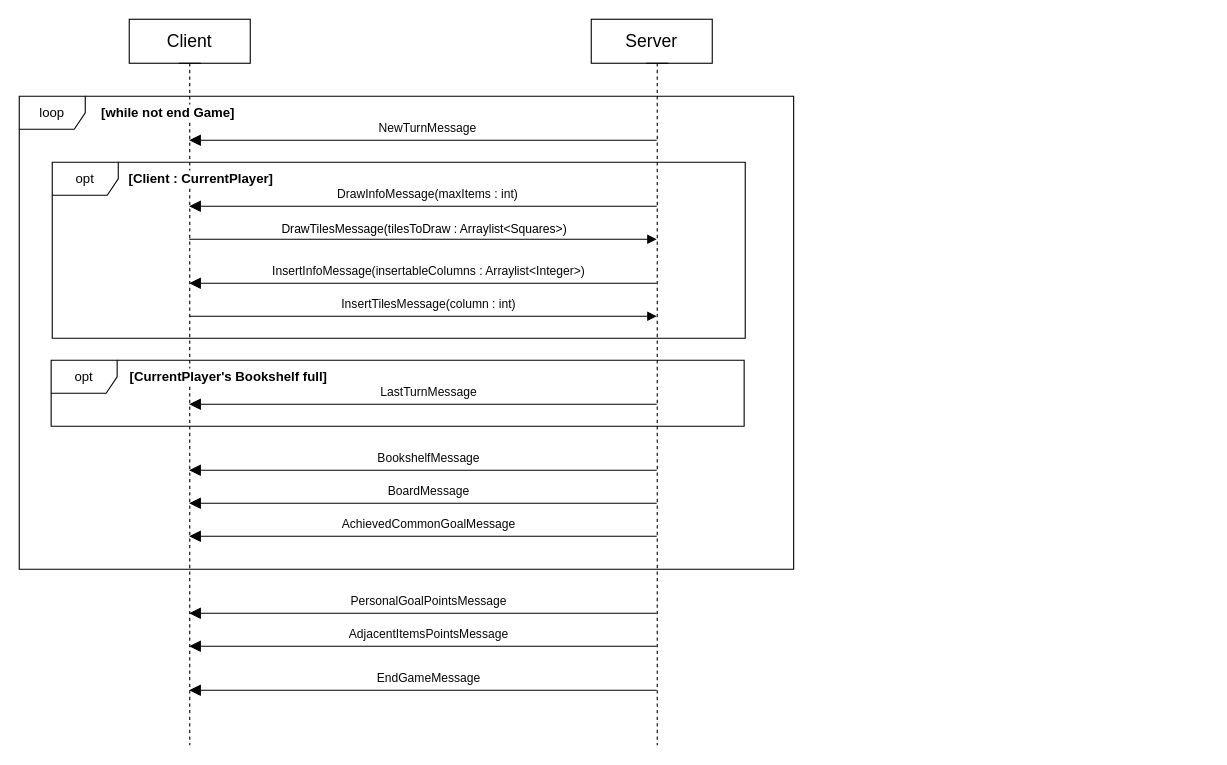
Earlier version of the draw.io diagram deliverables/uml_drawio/InGameAndEndGame.drawio (federico-zanca/ing-sw-2023-zanca-zhuge-zheng-wu). Source tidied: cells renumbered, new cells numbered last; positions are measured from the earlier drawing's top-left corner, leaving out a move shared by most shapes. Both pictures are drawn from the tidied source at 110%, with x=0, y=0 at pixel (19, 19).
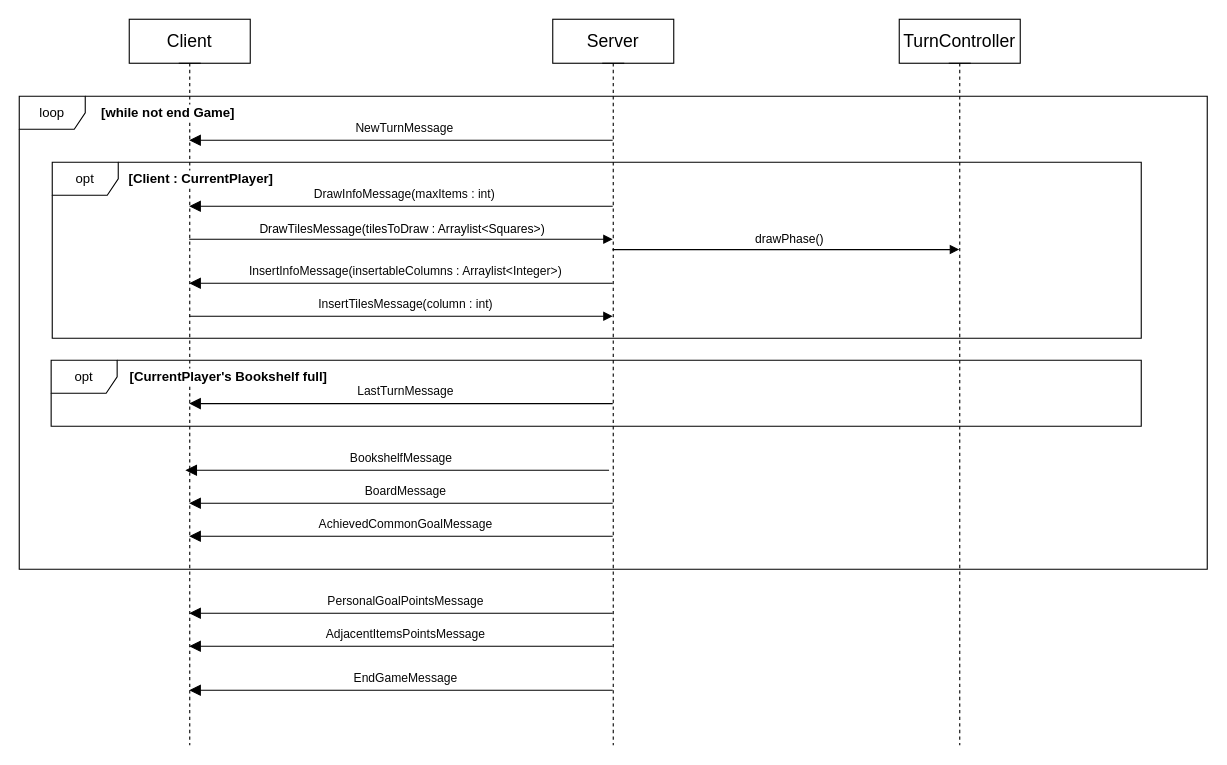
The same page after the edit.

Unchanged cells that the change refers to:
```xml
<mxCell id="5" style="shape=umlLifeline;perimeter=lifelinePerimeter;whiteSpace=wrap;html=1;outlineConnect=0;portConstraint=eastwest;newEdgeStyle={&quot;edgeStyle&quot;:&quot;elbowEdgeStyle&quot;,&quot;elbow&quot;:&quot;vertical&quot;,&quot;curved&quot;:0,&quot;rounded&quot;:0};participant=umlActor;size=0;" parent="1" vertex="1">
  <mxGeometry x="145" y="40" width="20" height="620" as="geometry" />
</mxCell>
```

Diff of the diagram source:
```diff
@@
     <mxCell id="2" value="loop" style="shape=umlFrame;whiteSpace=wrap;html=1;" parent="1" vertex="1">
-      <mxGeometry y="70" width="704" height="430" as="geometry" />
+      <mxGeometry y="70" width="1080" height="430" as="geometry" />
     </mxCell>
@@
     <mxCell id="4" value="Server" style="html=1;whiteSpace=wrap;fontSize=16;" parent="1" vertex="1">
-      <mxGeometry x="520" width="110" height="40" as="geometry" />
+      <mxGeometry x="485" width="110" height="40" as="geometry" />
     </mxCell>
@@
     <mxCell id="6" style="shape=umlLifeline;perimeter=lifelinePerimeter;whiteSpace=wrap;html=1;outlineConnect=0;portConstraint=eastwest;newEdgeStyle={&quot;edgeStyle&quot;:&quot;elbowEdgeStyle&quot;,&quot;elbow&quot;:&quot;vertical&quot;,&quot;curved&quot;:0,&quot;rounded&quot;:0};participant=umlActor;size=0;" parent="1" vertex="1">
-      <mxGeometry x="570" y="40" width="20" height="620" as="geometry" />
+      <mxGeometry x="530" y="40" width="20" height="620" as="geometry" />
     </mxCell>
@@
     <mxCell id="12" value="opt" style="shape=umlFrame;whiteSpace=wrap;html=1;" parent="1" vertex="1">
-      <mxGeometry x="30" y="130" width="630" height="160" as="geometry" />
+      <mxGeometry x="30" y="130" width="990" height="160" as="geometry" />
     </mxCell>
@@
     <mxCell id="15" value="opt" style="shape=umlFrame;whiteSpace=wrap;html=1;" parent="1" vertex="1">
-      <mxGeometry x="29" y="310" width="630" height="60" as="geometry" />
+      <mxGeometry x="29" y="310" width="991" height="60" as="geometry" />
     </mxCell>
@@
     <mxCell id="17" value="&lt;div style=&quot;color: rgb(8, 8, 8);&quot;&gt;&lt;pre style=&quot;&quot;&gt;&lt;font face=&quot;Helvetica&quot;&gt;LastTurnMessage&lt;/font&gt;&lt;/pre&gt;&lt;/div&gt;" style="html=1;verticalAlign=bottom;endArrow=block;endSize=8;edgeStyle=elbowEdgeStyle;elbow=vertical;curved=0;rounded=0;labelBackgroundColor=none;endFill=1;" parent="1" edge="1" source="6" target="5">
       <mxGeometry x="-0.02" y="10" relative="1" as="geometry">
         <Array as="points">
-          <mxPoint x="480" y="350" />
-          <mxPoint x="530" y="360" />
-          <mxPoint x="540" y="350" />
-          <mxPoint x="425" y="380" />
-          <mxPoint x="255" y="400" />
-          <mxPoint x="465" y="360" />
-          <mxPoint x="410" y="380" />
-          <mxPoint x="260" y="440" />
+          <mxPoint x="496.7" y="349.4" />
+          <mxPoint x="476.7" y="299.4" />
+          <mxPoint x="526.7" y="309.4" />
+          <mxPoint x="536.7" y="299.4" />
+          <mxPoint x="421.7" y="329.4" />
+          <mxPoint x="251.7" y="349.4" />
+          <mxPoint x="461.7" y="309.4" />
+          <mxPoint x="406.7" y="329.4" />
+          <mxPoint x="256.7" y="389.4" />
         </Array>
       </mxGeometry>
     </mxCell>
-    <mxCell id="18" value="&lt;div style=&quot;color: rgb(8, 8, 8);&quot;&gt;&lt;pre style=&quot;&quot;&gt;&lt;font face=&quot;Helvetica&quot;&gt;BookshelfMessage&lt;/font&gt;&lt;/pre&gt;&lt;/div&gt;" style="html=1;verticalAlign=bottom;endArrow=block;endSize=8;edgeStyle=elbowEdgeStyle;elbow=vertical;curved=0;rounded=0;labelBackgroundColor=none;endFill=1;" parent="1" edge="1" source="6" target="5">
+    <mxCell id="18" value="&lt;div style=&quot;color: rgb(8, 8, 8);&quot;&gt;&lt;pre style=&quot;&quot;&gt;&lt;font face=&quot;Helvetica&quot;&gt;BookshelfMessage&lt;/font&gt;&lt;/pre&gt;&lt;/div&gt;" style="html=1;verticalAlign=bottom;endArrow=block;endSize=8;edgeStyle=elbowEdgeStyle;elbow=vertical;curved=0;rounded=0;labelBackgroundColor=none;endFill=1;" parent="1" edge="1">
       <mxGeometry x="-0.02" y="10" relative="1" as="geometry">
+        <mxPoint x="536.2" y="410" as="sourcePoint" />
+        <mxPoint x="151" y="410" as="targetPoint" />
         <Array as="points">
-          <mxPoint x="530" y="410" />
-          <mxPoint x="450" y="420" />
-          <mxPoint x="415" y="450" />
-          <mxPoint x="465" y="460" />
-          <mxPoint x="475" y="450" />
-          <mxPoint x="360" y="480" />
-          <mxPoint x="190" y="500" />
-          <mxPoint x="400" y="460" />
-          <mxPoint x="345" y="480" />
-          <mxPoint x="195" y="540" />
+          <mxPoint x="476.7" y="410" />
+          <mxPoint x="416.7" y="420" />
+          <mxPoint x="526.7" y="470" />
+          <mxPoint x="446.7" y="480" />
+          <mxPoint x="411.7" y="510" />
+          <mxPoint x="461.7" y="520" />
+          <mxPoint x="471.7" y="510" />
+          <mxPoint x="356.7" y="540" />
+          <mxPoint x="186.7" y="560" />
+          <mxPoint x="396.7" y="520" />
+          <mxPoint x="341.7" y="540" />
+          <mxPoint x="191.7" y="600" />
         </Array>
       </mxGeometry>
     </mxCell>
@@
+    <mxCell id="24" value="TurnController" style="html=1;whiteSpace=wrap;fontSize=16;" parent="1" vertex="1">
+      <mxGeometry x="800" width="110" height="40" as="geometry" />
+    </mxCell>
+    <mxCell id="25" style="shape=umlLifeline;perimeter=lifelinePerimeter;whiteSpace=wrap;html=1;newEdgeStyle={&quot;edgeStyle&quot;:&quot;elbowEdgeStyle&quot;,&quot;elbow&quot;:&quot;vertical&quot;,&quot;curved&quot;:0,&quot;rounded&quot;:0};participant=umlActor;size=0;" parent="1" vertex="1">
+      <mxGeometry x="845" y="40" width="20" height="620" as="geometry" />
+    </mxCell>
+    <mxCell id="26" value="drawPhase()" style="html=1;verticalAlign=bottom;endArrow=block;edgeStyle=elbowEdgeStyle;elbow=vertical;curved=0;rounded=0;" parent="1" edge="1">
+      <mxGeometry x="0.02" relative="1" as="geometry">
+        <mxPoint x="539.3" y="209.4" as="sourcePoint" />
+        <mxPoint x="854.5" y="209.4" as="targetPoint" />
+        <Array as="points">
+          <mxPoint x="762" y="209.4" />
+          <mxPoint x="598.5" y="239.4" />
+          <mxPoint x="368.5" y="249.4" />
+          <mxPoint x="388.5" y="329.4" />
+          <mxPoint x="598.5" y="349.4" />
+          <mxPoint x="518.5" y="359.4" />
+          <mxPoint x="589.5" y="369.4" />
+          <mxPoint x="555.5" y="389.4" />
+        </Array>
+      </mxGeometry>
+    </mxCell>
```
